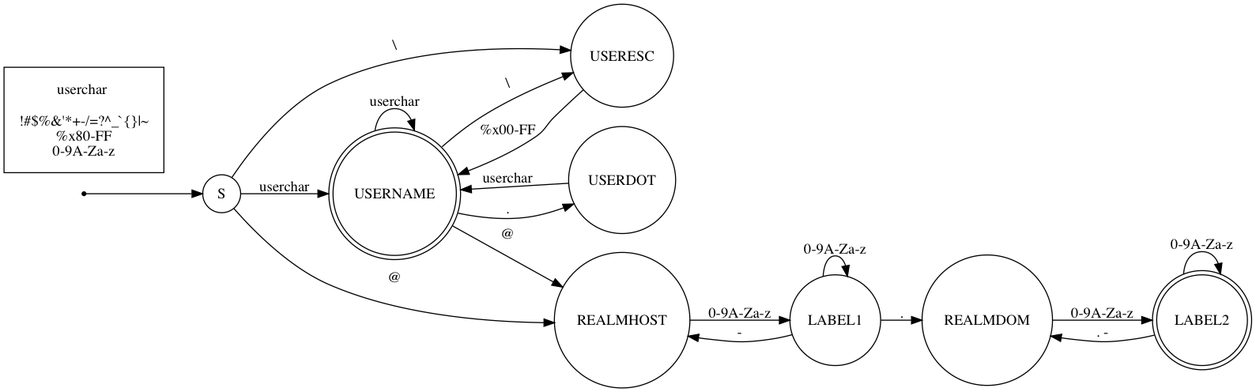
This is doc/design/naifsm.png from arpa2/libarpa2service, a Graphviz export, as it was before one commit. Its source is kept beside it as doc/design/naifsm.gv. Its diagram source:
```dot
digraph finite_state_machine {
	rankdir=LR
	node [shape = doublecircle];
		USERNAME;
		LABEL2;

	node [shape = point ];
		qi

	node [shape = circle];
		qi	-> S;

		/* First do realm. */
		S	-> REALMHOST [ label = "@" ];
		REALMHOST	-> LABEL1 [ label = "0-9A-Za-z" ];
		LABEL1	-> LABEL1 [ label = "0-9A-Za-z" ];
		LABEL1	-> REALMHOST [ label = "-" ];
		LABEL1	-> REALMDOM [ label = "." ];
		REALMDOM	-> LABEL2 [ label = "0-9A-Za-z" ];
		LABEL2	-> LABEL2 [ label = "0-9A-Za-z" ];
		LABEL2	-> REALMDOM [ label = ". -" ];

		/* Then username. */
		S	-> USERNAME [ label = "userchar" ];
		S	-> USERESC [ label = "\\" ];
		USERNAME	-> USERNAME [ label = "userchar" ];
		USERNAME	-> USERESC [ label = "\\" ];
		USERESC	-> USERNAME [ label = "%x00-FF" ];
		USERNAME	-> USERDOT [ label = "." ];
		USERDOT	-> USERNAME [ label = "userchar" ];
		USERNAME	-> REALMHOST [ label = "@" ];

	node[ shape=box, margin="0.2,0.2" ];
		userchar[ label = "userchar \n\n!#$%&'*+-/=?^_`{}|~\n%x80-FF\n0-9A-Za-z" ];
}
```
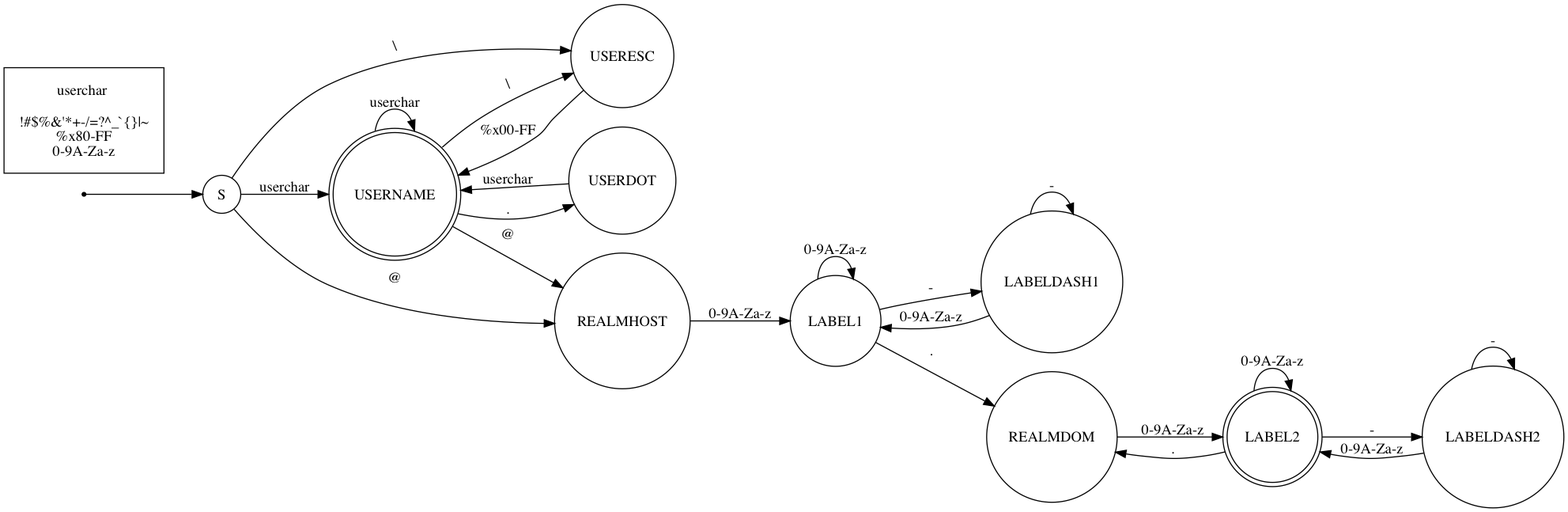
The same file after the commit.

The edit, as a diff of the source:
```diff
@@ -14,11 +14,16 @@
 		S	-> REALMHOST [ label = "@" ];
 		REALMHOST	-> LABEL1 [ label = "0-9A-Za-z" ];
 		LABEL1	-> LABEL1 [ label = "0-9A-Za-z" ];
-		LABEL1	-> REALMHOST [ label = "-" ];
+		LABEL1	-> LABELDASH1 [ label = "-" ];
+		LABELDASH1	-> LABELDASH1 [ label = "-" ];
+		LABELDASH1	-> LABEL1 [ label = "0-9A-Za-z" ];
 		LABEL1	-> REALMDOM [ label = "." ];
 		REALMDOM	-> LABEL2 [ label = "0-9A-Za-z" ];
 		LABEL2	-> LABEL2 [ label = "0-9A-Za-z" ];
-		LABEL2	-> REALMDOM [ label = ". -" ];
+		LABEL2	-> LABELDASH2 [ label = "-" ];
+		LABELDASH2	-> LABELDASH2 [ label = "-" ];
+		LABELDASH2	-> LABEL2 [ label = "0-9A-Za-z" ];
+		LABEL2	-> REALMDOM [ label = "." ];
 
 		/* Then username. */
 		S	-> USERNAME [ label = "userchar" ];
```
